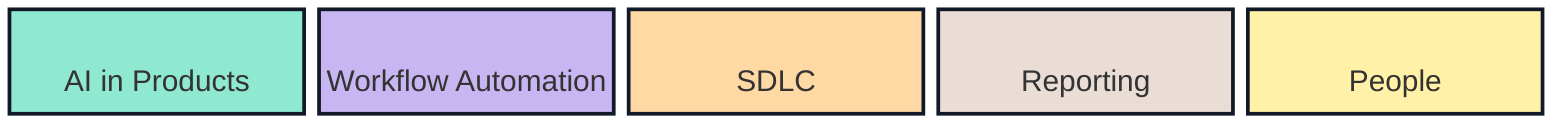
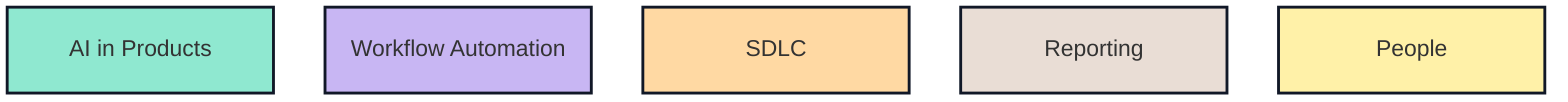
+ %%{init: {"block": {"padding": 36}} }%%
block
    columns 5
-     products["<br/>AI in Products<br/>"]
-     workflow["<br/>Workflow Automation<br/>"]
-     sdlc["<br/>SDLC<br/>"]
-     reporting["<br/>Reporting<br/>"]
-     people["<br/>People<br/>"]
+     products["AI in Products"]
+     workflow["Workflow Automation"]
+     sdlc["SDLC"]
+     reporting["Reporting"]
+     people["People"]

    classDef productsClass fill:#8FE8D0,stroke:#111827,stroke-width:2px,color:#111827;
    classDef workflowClass fill:#C8B6F3,stroke:#111827,stroke-width:2px,color:#111827;
    classDef sdlcClass fill:#FFD9A3,stroke:#111827,stroke-width:2px,color:#111827;
    classDef reportingClass fill:#E9DDD5,stroke:#111827,stroke-width:2px,color:#111827;
    classDef peopleClass fill:#FFF1A8,stroke:#111827,stroke-width:2px,color:#111827;

    class products productsClass
    class workflow workflowClass
    class sdlc sdlcClass
    class reporting reportingClass
    class people peopleClass
